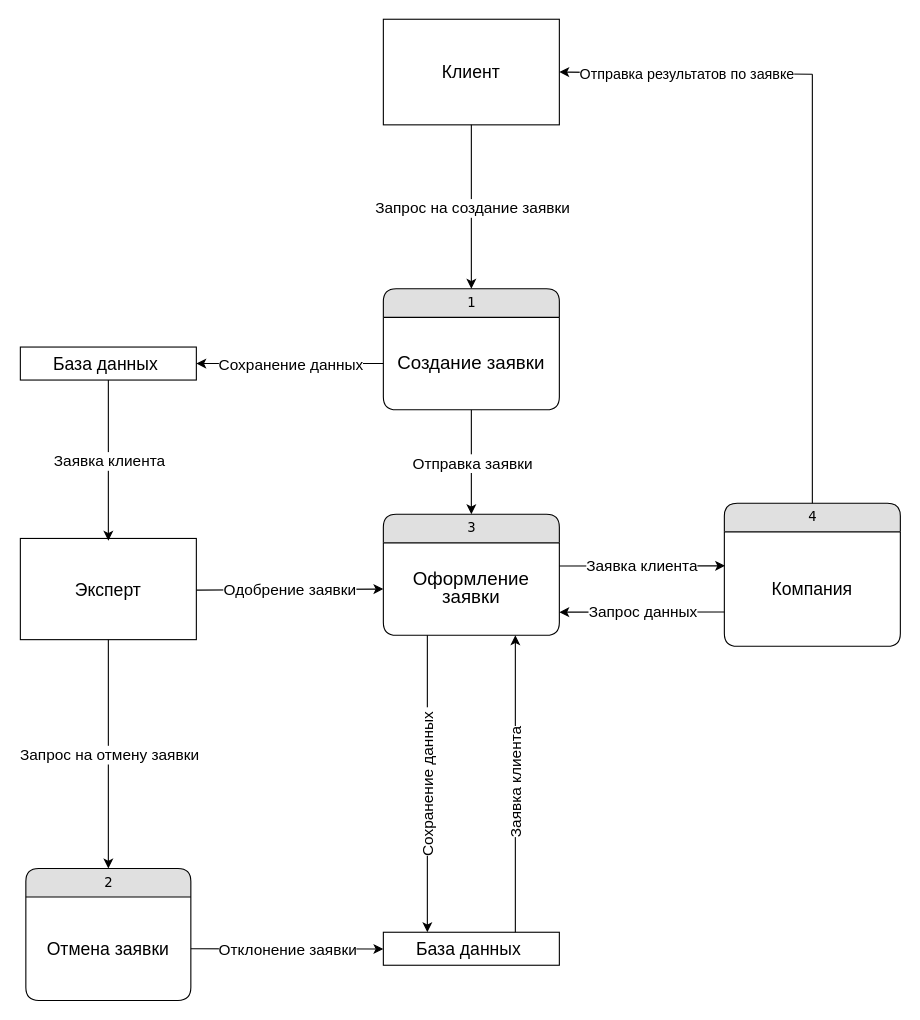
Progragor1/blablba keeps this draw.io diagram as Data_flow_diagram.drawio. Above is the earlier version. Source tidied: cells renumbered, new cells numbered last; positions are measured from the earlier drawing's top-left corner, leaving out a move shared by most shapes. Both pictures are drawn from the tidied source at 110%, with x=0, y=0 at pixel (20, 19).
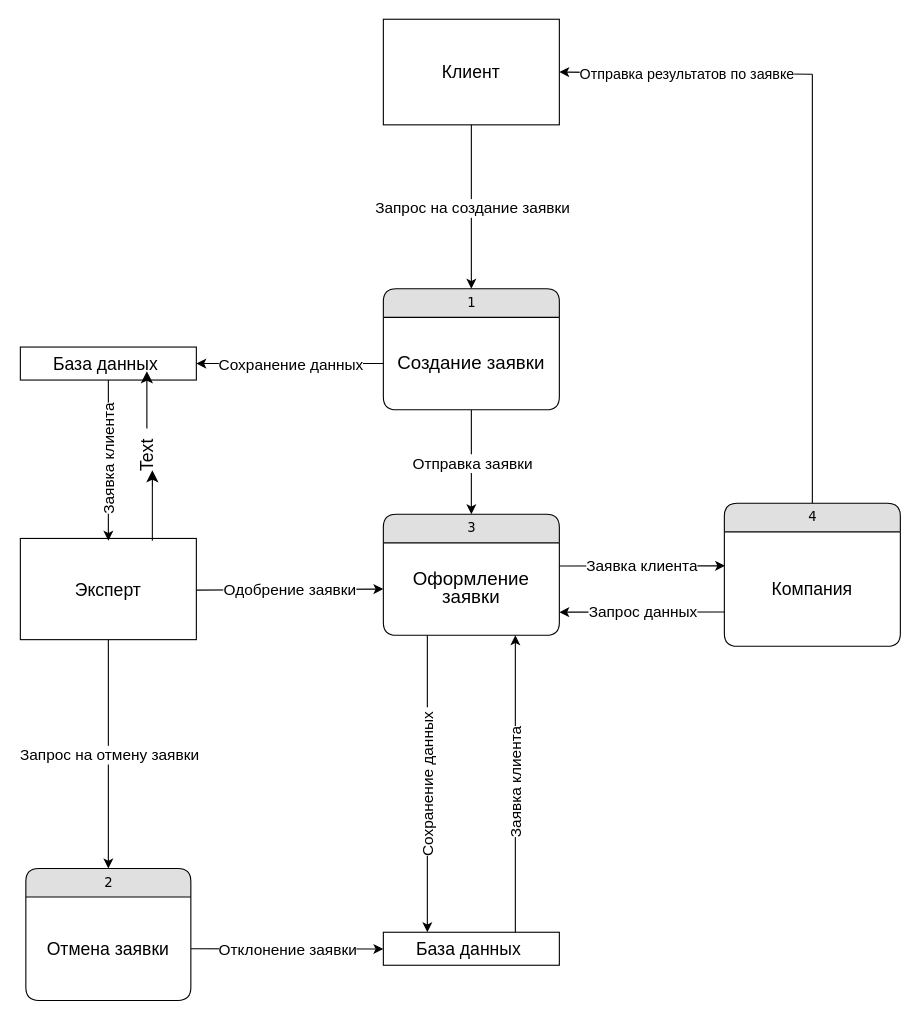
Above is the later version.

The change refers to these unchanged cells:
```xml
<mxCell id="33" style="endArrow=classic;html=1;rounded=0;exitX=0.5;exitY=1;exitDx=0;exitDy=0;entryX=0.5;entryY=0;entryDx=0;entryDy=0;" parent="1" edge="1" source="40" target="19">
  <mxGeometry relative="1" as="geometry" />
</mxCell>
<mxCell id="40" value="&lt;font style=&quot;font-size: 16px;&quot;&gt;База данных&amp;nbsp;&lt;/font&gt;" style="text;html=1;strokeColor=none;fillColor=none;align=center;verticalAlign=middle;whiteSpace=wrap;rounded=0;" parent="1" vertex="1">
  <mxGeometry y="298" width="160" height="30" as="geometry" />
</mxCell>
```

What changed in the source:
```diff
@@
-    <mxCell id="34" value="Заявка клиента" style="edgeLabel;html=1;align=center;verticalAlign=middle;fontSize=14;" parent="33" vertex="1">
+    <mxCell id="34" value="Заявка клиента" style="edgeLabel;html=1;align=center;verticalAlign=middle;fontSize=14;rotation=270;" parent="33" vertex="1">
       <mxGeometry relative="1" as="geometry" />
     </mxCell>
@@
+    <mxCell id="43" style="edgeStyle=none;jettySize=auto;html=1;rounded=0;fontSize=12;startSize=8;endSize=8;curved=1;entryX=0.719;entryY=0.733;entryDx=0;entryDy=0;entryPerimeter=0;" parent="1" edge="1" source="45" target="40">
+      <mxGeometry relative="1" as="geometry" />
+    </mxCell>
+    <mxCell id="44" style="edgeStyle=none;jettySize=auto;html=1;rounded=0;fontSize=12;startSize=8;endSize=8;curved=1;exitX=0.75;exitY=0;exitDx=0;exitDy=0;entryX=0.24;entryY=0.667;entryDx=0;entryDy=0;entryPerimeter=0;" parent="1" edge="1" target="45">
+      <mxGeometry relative="1" as="geometry">
+        <mxPoint x="120" y="474" as="sourcePoint" />
+      </mxGeometry>
+    </mxCell>
+    <mxCell id="45" value="Text" style="text;html=1;align=center;verticalAlign=middle;points=[];strokeColor=none;fillColor=none;fontSize=16;rotation=270;" parent="1" vertex="1">
+      <mxGeometry x="90" y="382" width="50" height="30" as="geometry" />
+    </mxCell>
```
